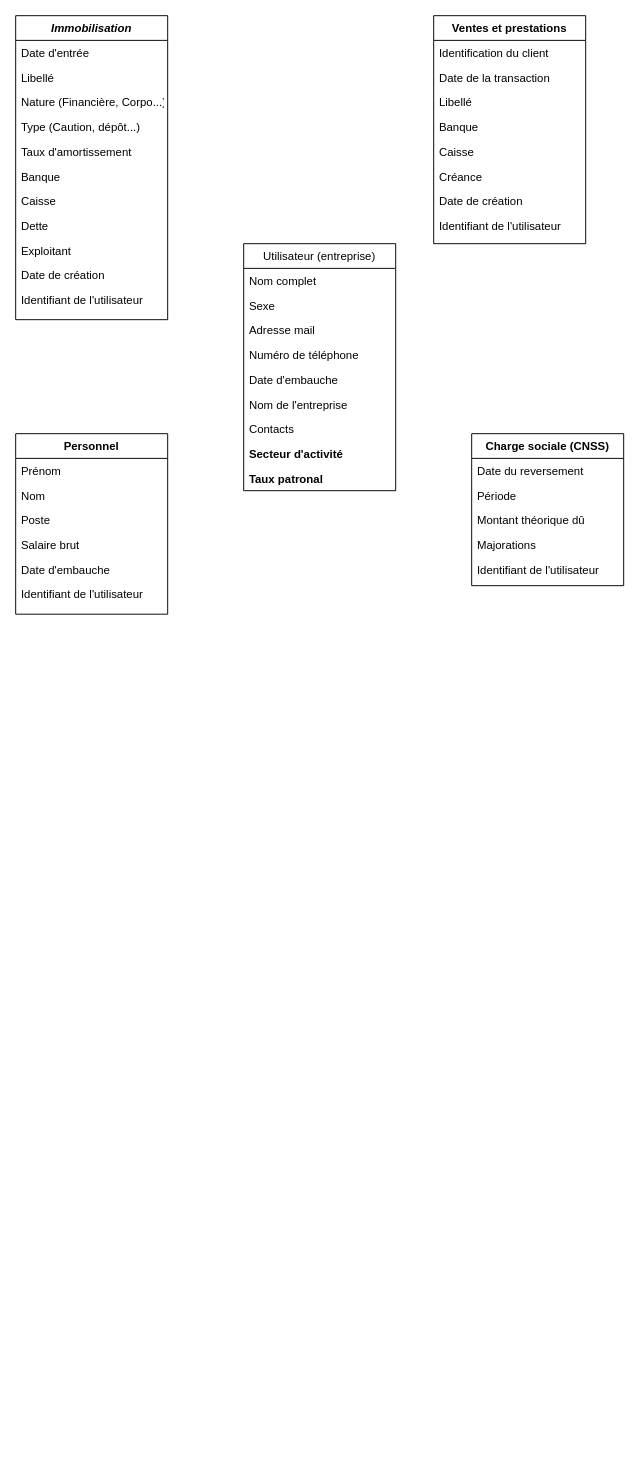
arso1er/dashboard-draw-maison-rouge keeps this draw.io diagram as Mon Coach.drawio. Above is the earlier version. Source tidied: cells renumbered, new cells numbered last; positions are measured from the earlier drawing's top-left corner, leaving out a move shared by most shapes. Both pictures are drawn from the tidied source at 95%, with x=0, y=0 at pixel (15, 15).
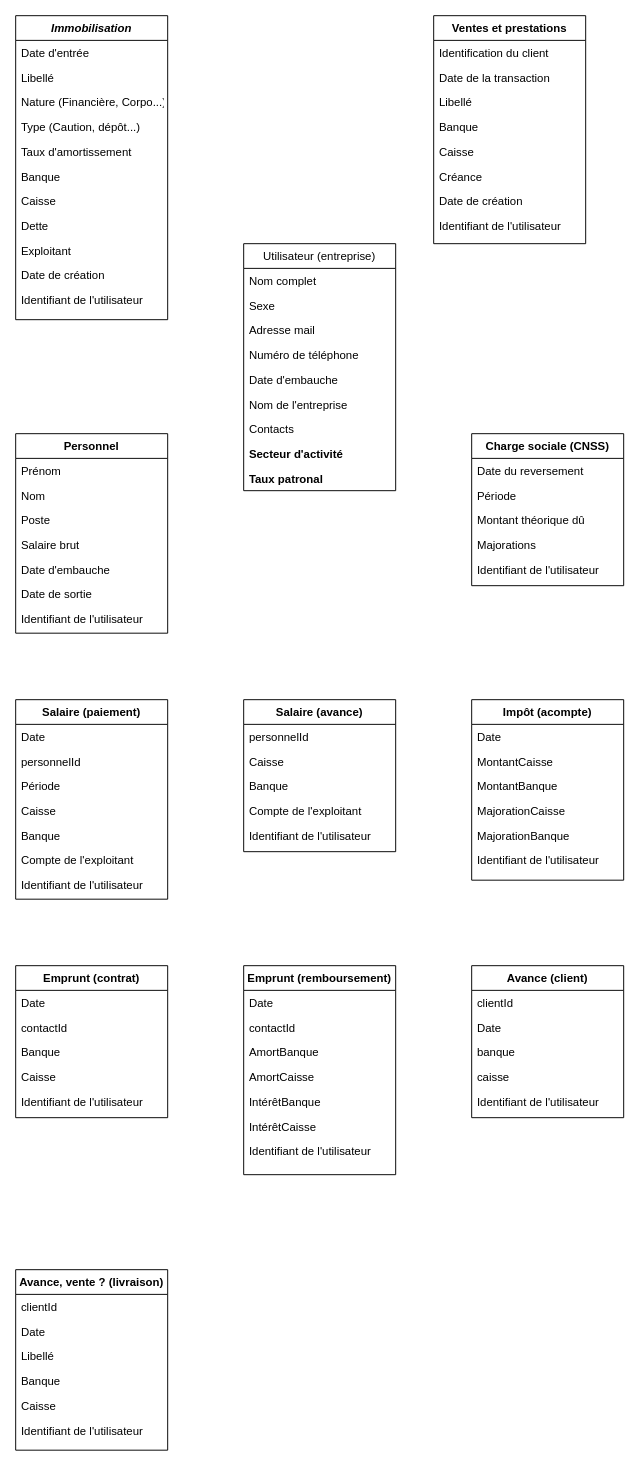
The same diagram, later.

Commit message:
Mettre à jour Mon Coach.drawio

Diff of the diagram source:
```diff
@@
     <mxCell id="14" value="Personnel" style="swimlane;fontStyle=1;align=center;verticalAlign=top;horizontal=1;startSize=26;rounded=0;shadow=0;strokeWidth=1;" parent="1" vertex="1">
-      <mxGeometry y="440" width="160" height="190" as="geometry" />
+      <mxGeometry y="440" width="160" height="210" as="geometry" />
     </mxCell>
@@
+    <mxCell id="46" value="Date de sortie" style="text;align=left;verticalAlign=top;spacingLeft=4;spacingRight=4;overflow=hidden;" parent="14" vertex="1">
+      <mxGeometry y="156" width="160" height="26" as="geometry" />
+    </mxCell>
     <mxCell id="20" value="Identifiant de l'utilisateur" style="text;align=left;verticalAlign=top;spacingLeft=4;spacingRight=4;overflow=hidden;rounded=0;shadow=0;html=0;" parent="14" vertex="1">
-      <mxGeometry y="156" width="160" height="26" as="geometry" />
+      <mxGeometry y="182" width="160" height="26" as="geometry" />
     </mxCell>
@@
+    <mxCell id="47" value="Salaire (paiement)" style="swimlane;fontStyle=1;align=center;verticalAlign=top;horizontal=1;startSize=26;rounded=0;shadow=0;strokeWidth=1;" parent="1" vertex="1">
+      <mxGeometry y="720" width="160" height="210" as="geometry" />
+    </mxCell>
+    <mxCell id="48" value="Date" style="text;align=left;verticalAlign=top;spacingLeft=4;spacingRight=4;overflow=hidden;" parent="47" vertex="1">
+      <mxGeometry y="26" width="160" height="26" as="geometry" />
+    </mxCell>
+    <mxCell id="49" value="personnelId" style="text;align=left;verticalAlign=top;spacingLeft=4;spacingRight=4;overflow=hidden;rounded=0;shadow=0;html=0;" parent="47" vertex="1">
+      <mxGeometry y="52" width="160" height="26" as="geometry" />
+    </mxCell>
+    <mxCell id="50" value="Période" style="text;align=left;verticalAlign=top;spacingLeft=4;spacingRight=4;overflow=hidden;" parent="47" vertex="1">
+      <mxGeometry y="78" width="160" height="26" as="geometry" />
+    </mxCell>
+    <mxCell id="51" value="Caisse" style="text;align=left;verticalAlign=top;spacingLeft=4;spacingRight=4;overflow=hidden;" parent="47" vertex="1">
+      <mxGeometry y="104" width="160" height="26" as="geometry" />
+    </mxCell>
+    <mxCell id="52" value="Banque" style="text;align=left;verticalAlign=top;spacingLeft=4;spacingRight=4;overflow=hidden;" parent="47" vertex="1">
+      <mxGeometry y="130" width="160" height="26" as="geometry" />
+    </mxCell>
+    <mxCell id="53" value="Compte de l'exploitant" style="text;align=left;verticalAlign=top;spacingLeft=4;spacingRight=4;overflow=hidden;" parent="47" vertex="1">
+      <mxGeometry y="156" width="160" height="26" as="geometry" />
+    </mxCell>
+    <mxCell id="54" value="Identifiant de l'utilisateur" style="text;align=left;verticalAlign=top;spacingLeft=4;spacingRight=4;overflow=hidden;rounded=0;shadow=0;html=0;" parent="47" vertex="1">
+      <mxGeometry y="182" width="160" height="26" as="geometry" />
+    </mxCell>
+    <mxCell id="55" value="Salaire (avance)" style="swimlane;fontStyle=1;align=center;verticalAlign=top;horizontal=1;startSize=26;rounded=0;shadow=0;strokeWidth=1;" parent="1" vertex="1">
+      <mxGeometry x="240" y="720" width="160" height="160" as="geometry" />
+    </mxCell>
+    <mxCell id="56" value="personnelId" style="text;align=left;verticalAlign=top;spacingLeft=4;spacingRight=4;overflow=hidden;rounded=0;shadow=0;html=0;" parent="55" vertex="1">
+      <mxGeometry y="26" width="160" height="26" as="geometry" />
+    </mxCell>
+    <mxCell id="57" value="Caisse" style="text;align=left;verticalAlign=top;spacingLeft=4;spacingRight=4;overflow=hidden;" parent="55" vertex="1">
+      <mxGeometry y="52" width="160" height="26" as="geometry" />
+    </mxCell>
+    <mxCell id="58" value="Banque" style="text;align=left;verticalAlign=top;spacingLeft=4;spacingRight=4;overflow=hidden;" parent="55" vertex="1">
+      <mxGeometry y="78" width="160" height="26" as="geometry" />
+    </mxCell>
+    <mxCell id="59" value="Compte de l'exploitant" style="text;align=left;verticalAlign=top;spacingLeft=4;spacingRight=4;overflow=hidden;" parent="55" vertex="1">
+      <mxGeometry y="104" width="160" height="26" as="geometry" />
+    </mxCell>
+    <mxCell id="60" value="Identifiant de l'utilisateur" style="text;align=left;verticalAlign=top;spacingLeft=4;spacingRight=4;overflow=hidden;rounded=0;shadow=0;html=0;" parent="55" vertex="1">
+      <mxGeometry y="130" width="160" height="26" as="geometry" />
+    </mxCell>
+    <mxCell id="61" value="Impôt (acompte)" style="swimlane;fontStyle=1;align=center;verticalAlign=top;horizontal=1;startSize=26;rounded=0;shadow=0;strokeWidth=1;" parent="1" vertex="1">
+      <mxGeometry x="480" y="720" width="160" height="190" as="geometry" />
+    </mxCell>
+    <mxCell id="62" value="Date" style="text;align=left;verticalAlign=top;spacingLeft=4;spacingRight=4;overflow=hidden;rounded=0;shadow=0;html=0;" parent="61" vertex="1">
+      <mxGeometry y="26" width="160" height="26" as="geometry" />
+    </mxCell>
+    <mxCell id="63" value="MontantCaisse" style="text;align=left;verticalAlign=top;spacingLeft=4;spacingRight=4;overflow=hidden;" parent="61" vertex="1">
+      <mxGeometry y="52" width="160" height="26" as="geometry" />
+    </mxCell>
+    <mxCell id="64" value="MontantBanque" style="text;align=left;verticalAlign=top;spacingLeft=4;spacingRight=4;overflow=hidden;" parent="61" vertex="1">
+      <mxGeometry y="78" width="160" height="26" as="geometry" />
+    </mxCell>
+    <mxCell id="65" value="MajorationCaisse" style="text;align=left;verticalAlign=top;spacingLeft=4;spacingRight=4;overflow=hidden;" parent="61" vertex="1">
+      <mxGeometry y="104" width="160" height="26" as="geometry" />
+    </mxCell>
+    <mxCell id="66" value="MajorationBanque" style="text;align=left;verticalAlign=top;spacingLeft=4;spacingRight=4;overflow=hidden;rounded=0;shadow=0;html=0;" parent="61" vertex="1">
+      <mxGeometry y="130" width="160" height="26" as="geometry" />
+    </mxCell>
+    <mxCell id="67" value="Identifiant de l'utilisateur" style="text;align=left;verticalAlign=top;spacingLeft=4;spacingRight=4;overflow=hidden;rounded=0;shadow=0;html=0;" parent="61" vertex="1">
+      <mxGeometry y="156" width="160" height="26" as="geometry" />
+    </mxCell>
+    <mxCell id="68" value="Emprunt (contrat)" style="swimlane;fontStyle=1;align=center;verticalAlign=top;horizontal=1;startSize=26;rounded=0;shadow=0;strokeWidth=1;" parent="1" vertex="1">
+      <mxGeometry y="1000" width="160" height="160" as="geometry" />
+    </mxCell>
+    <mxCell id="69" value="Date" style="text;align=left;verticalAlign=top;spacingLeft=4;spacingRight=4;overflow=hidden;" parent="68" vertex="1">
+      <mxGeometry y="26" width="160" height="26" as="geometry" />
+    </mxCell>
+    <mxCell id="70" value="contactId" style="text;align=left;verticalAlign=top;spacingLeft=4;spacingRight=4;overflow=hidden;rounded=0;shadow=0;html=0;" parent="68" vertex="1">
+      <mxGeometry y="52" width="160" height="26" as="geometry" />
+    </mxCell>
+    <mxCell id="71" value="Banque" style="text;align=left;verticalAlign=top;spacingLeft=4;spacingRight=4;overflow=hidden;" parent="68" vertex="1">
+      <mxGeometry y="78" width="160" height="26" as="geometry" />
+    </mxCell>
+    <mxCell id="72" value="Caisse" style="text;align=left;verticalAlign=top;spacingLeft=4;spacingRight=4;overflow=hidden;" parent="68" vertex="1">
+      <mxGeometry y="104" width="160" height="26" as="geometry" />
+    </mxCell>
+    <mxCell id="73" value="Identifiant de l'utilisateur" style="text;align=left;verticalAlign=top;spacingLeft=4;spacingRight=4;overflow=hidden;rounded=0;shadow=0;html=0;" parent="68" vertex="1">
+      <mxGeometry y="130" width="160" height="26" as="geometry" />
+    </mxCell>
+    <mxCell id="74" value="Emprunt (remboursement)" style="swimlane;fontStyle=1;align=center;verticalAlign=top;horizontal=1;startSize=26;rounded=0;shadow=0;strokeWidth=1;" parent="1" vertex="1">
+      <mxGeometry x="240" y="1000" width="160" height="220" as="geometry" />
+    </mxCell>
+    <mxCell id="75" value="Date" style="text;align=left;verticalAlign=top;spacingLeft=4;spacingRight=4;overflow=hidden;" parent="74" vertex="1">
+      <mxGeometry y="26" width="160" height="26" as="geometry" />
+    </mxCell>
+    <mxCell id="76" value="contactId" style="text;align=left;verticalAlign=top;spacingLeft=4;spacingRight=4;overflow=hidden;rounded=0;shadow=0;html=0;" parent="74" vertex="1">
+      <mxGeometry y="52" width="160" height="26" as="geometry" />
+    </mxCell>
+    <mxCell id="77" value="AmortBanque" style="text;align=left;verticalAlign=top;spacingLeft=4;spacingRight=4;overflow=hidden;" parent="74" vertex="1">
+      <mxGeometry y="78" width="160" height="26" as="geometry" />
+    </mxCell>
+    <mxCell id="78" value="AmortCaisse" style="text;align=left;verticalAlign=top;spacingLeft=4;spacingRight=4;overflow=hidden;" parent="74" vertex="1">
+      <mxGeometry y="104" width="160" height="26" as="geometry" />
+    </mxCell>
+    <mxCell id="79" value="IntérêtBanque" style="text;align=left;verticalAlign=top;spacingLeft=4;spacingRight=4;overflow=hidden;" parent="74" vertex="1">
+      <mxGeometry y="130" width="160" height="26" as="geometry" />
+    </mxCell>
+    <mxCell id="80" value="IntérêtCaisse" style="text;align=left;verticalAlign=top;spacingLeft=4;spacingRight=4;overflow=hidden;" parent="74" vertex="1">
+      <mxGeometry y="156" width="160" height="26" as="geometry" />
+    </mxCell>
+    <mxCell id="81" value="Identifiant de l'utilisateur" style="text;align=left;verticalAlign=top;spacingLeft=4;spacingRight=4;overflow=hidden;rounded=0;shadow=0;html=0;" parent="74" vertex="1">
+      <mxGeometry y="182" width="160" height="26" as="geometry" />
+    </mxCell>
+    <mxCell id="82" value="Avance (client)" style="swimlane;fontStyle=1;align=center;verticalAlign=top;horizontal=1;startSize=26;rounded=0;shadow=0;strokeWidth=1;" parent="1" vertex="1">
+      <mxGeometry x="480" y="1000" width="160" height="160" as="geometry" />
+    </mxCell>
+    <mxCell id="83" value="clientId" style="text;align=left;verticalAlign=top;spacingLeft=4;spacingRight=4;overflow=hidden;" parent="82" vertex="1">
+      <mxGeometry y="26" width="160" height="26" as="geometry" />
+    </mxCell>
+    <mxCell id="84" value="Date" style="text;align=left;verticalAlign=top;spacingLeft=4;spacingRight=4;overflow=hidden;rounded=0;shadow=0;html=0;" parent="82" vertex="1">
+      <mxGeometry y="52" width="160" height="26" as="geometry" />
+    </mxCell>
+    <mxCell id="85" value="banque" style="text;align=left;verticalAlign=top;spacingLeft=4;spacingRight=4;overflow=hidden;" parent="82" vertex="1">
+      <mxGeometry y="78" width="160" height="26" as="geometry" />
+    </mxCell>
+    <mxCell id="86" value="caisse" style="text;align=left;verticalAlign=top;spacingLeft=4;spacingRight=4;overflow=hidden;" parent="82" vertex="1">
+      <mxGeometry y="104" width="160" height="26" as="geometry" />
+    </mxCell>
+    <mxCell id="87" value="Identifiant de l'utilisateur" style="text;align=left;verticalAlign=top;spacingLeft=4;spacingRight=4;overflow=hidden;rounded=0;shadow=0;html=0;" parent="82" vertex="1">
+      <mxGeometry y="130" width="160" height="26" as="geometry" />
+    </mxCell>
+    <mxCell id="88" value="Avance, vente ? (livraison)" style="swimlane;fontStyle=1;align=center;verticalAlign=top;horizontal=1;startSize=26;rounded=0;shadow=0;strokeWidth=1;" parent="1" vertex="1">
+      <mxGeometry y="1320" width="160" height="190" as="geometry" />
+    </mxCell>
+    <mxCell id="89" value="clientId" style="text;align=left;verticalAlign=top;spacingLeft=4;spacingRight=4;overflow=hidden;rounded=0;shadow=0;html=0;" parent="88" vertex="1">
+      <mxGeometry y="26" width="160" height="26" as="geometry" />
+    </mxCell>
+    <mxCell id="90" value="Date" style="text;align=left;verticalAlign=top;spacingLeft=4;spacingRight=4;overflow=hidden;" parent="88" vertex="1">
+      <mxGeometry y="52" width="160" height="26" as="geometry" />
+    </mxCell>
+    <mxCell id="91" value="Libellé" style="text;align=left;verticalAlign=top;spacingLeft=4;spacingRight=4;overflow=hidden;" parent="88" vertex="1">
+      <mxGeometry y="78" width="160" height="26" as="geometry" />
+    </mxCell>
+    <mxCell id="92" value="Banque" style="text;align=left;verticalAlign=top;spacingLeft=4;spacingRight=4;overflow=hidden;" parent="88" vertex="1">
+      <mxGeometry y="104" width="160" height="26" as="geometry" />
+    </mxCell>
+    <mxCell id="93" value="Caisse" style="text;align=left;verticalAlign=top;spacingLeft=4;spacingRight=4;overflow=hidden;" parent="88" vertex="1">
+      <mxGeometry y="130" width="160" height="26" as="geometry" />
+    </mxCell>
+    <mxCell id="94" value="Identifiant de l'utilisateur" style="text;align=left;verticalAlign=top;spacingLeft=4;spacingRight=4;overflow=hidden;rounded=0;shadow=0;html=0;" parent="88" vertex="1">
+      <mxGeometry y="156" width="160" height="26" as="geometry" />
+    </mxCell>
```
